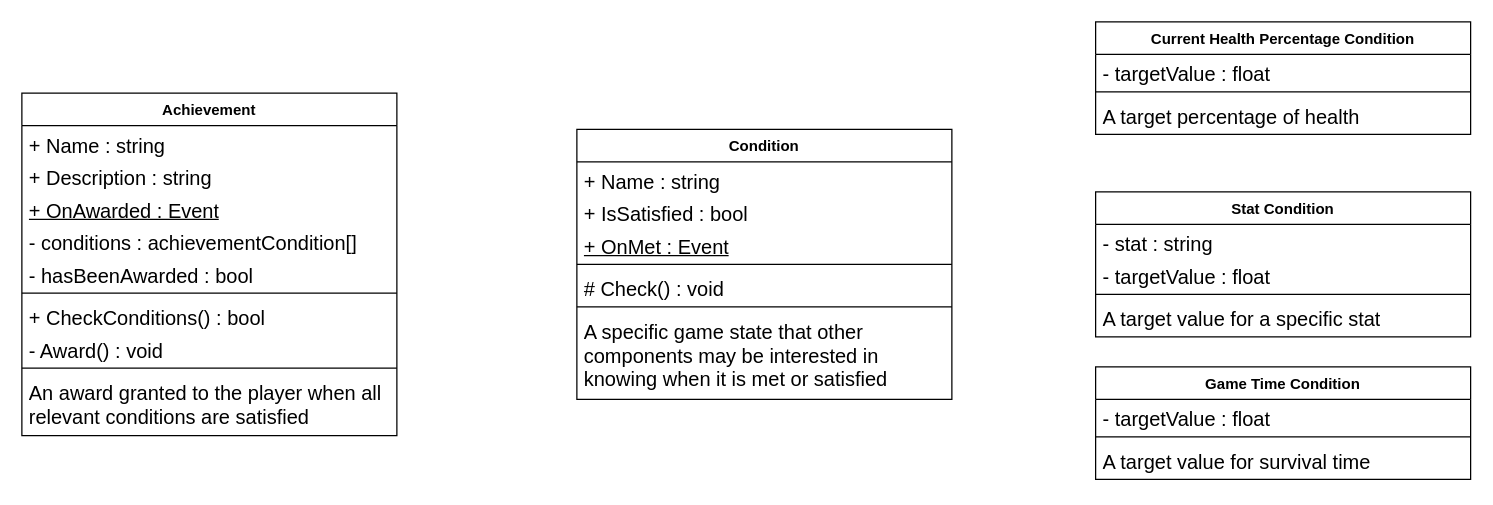
Above: page "Achievements" (3 of 3) of System Diagram.drawio in SodaRocketStudios/Chromageddon (draw.io), before the change. Source tidied: cells renumbered, new cells numbered last; positions are measured from the earlier drawing's top-left corner, leaving out a move shared by most shapes. Both pictures are drawn from the tidied source at 125%, with x=0, y=0 at pixel (21, 21).
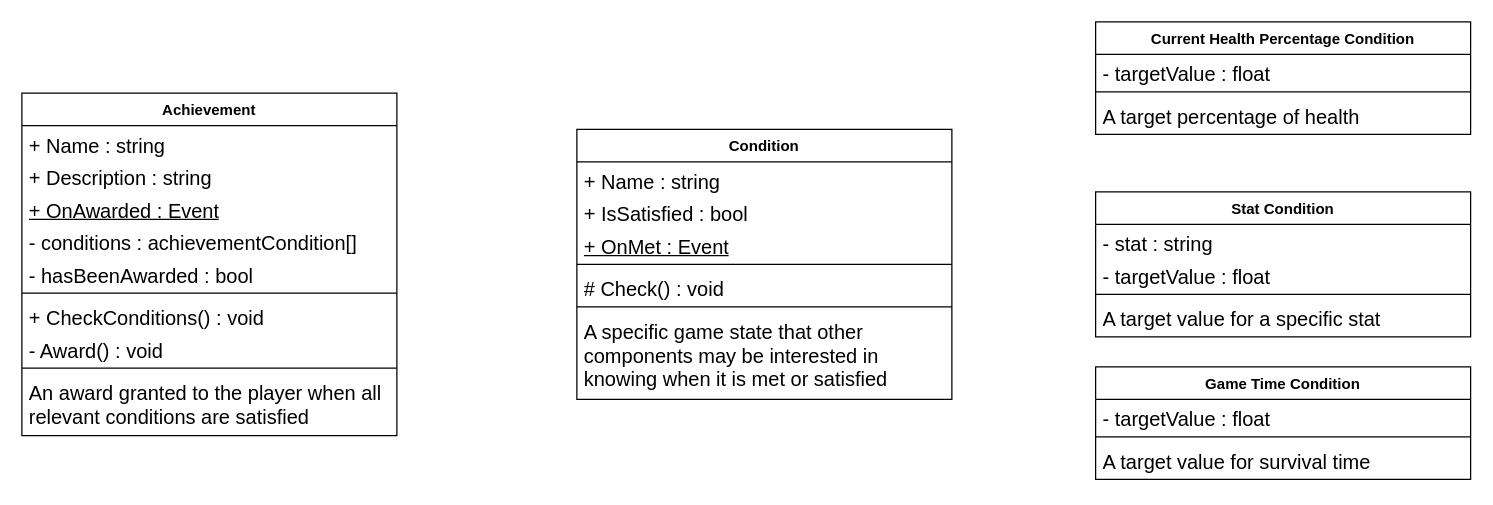
Above is the later version.

Unchanged cells that the change refers to:
```xml
<mxCell id="2" value="Achievement" style="swimlane;fontStyle=1;align=center;verticalAlign=top;horizontal=1;startSize=26;whiteSpace=wrap;html=1;fontFamily=Helvetica;fontSize=12;fontColor=default;" parent="1" vertex="1">
  <mxGeometry y="57" width="300" height="274" as="geometry" />
</mxCell>
```

Diff of the diagram source:
```diff
@@
-    <mxCell id="9" value="+ CheckConditions() : bool" style="text;strokeColor=none;fillColor=none;align=left;verticalAlign=top;spacingLeft=4;spacingRight=4;overflow=hidden;whiteSpace=wrap;html=1;fontSize=16;fontFamily=Helvetica;fontColor=default;" parent="2" vertex="1">
+    <mxCell id="9" value="+ CheckConditions() : void" style="text;strokeColor=none;fillColor=none;align=left;verticalAlign=top;spacingLeft=4;spacingRight=4;overflow=hidden;whiteSpace=wrap;html=1;fontSize=16;fontFamily=Helvetica;fontColor=default;" parent="2" vertex="1">
       <mxGeometry y="164" width="300" height="26" as="geometry" />
     </mxCell>
```
